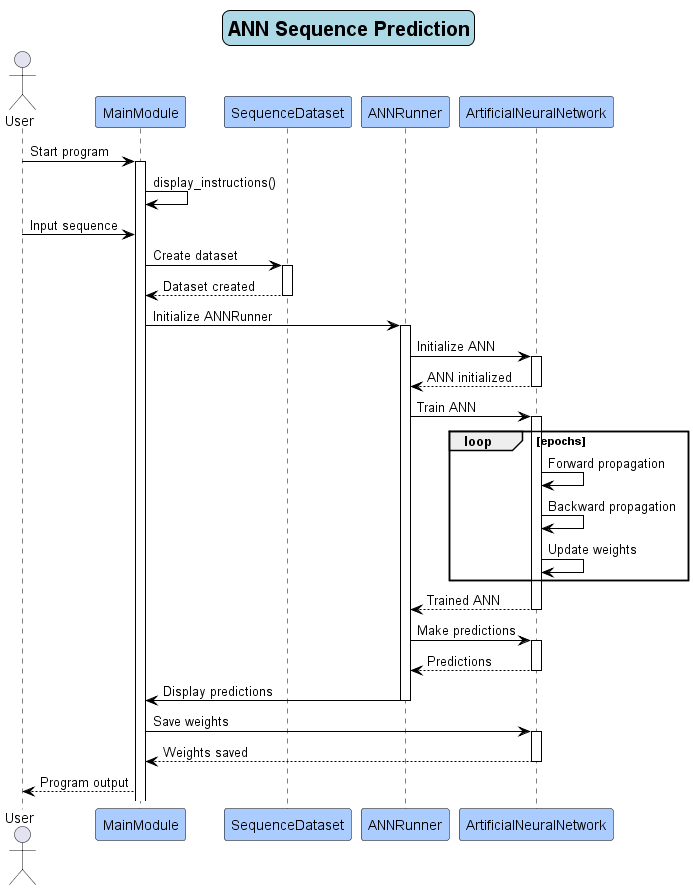
Above: uml/output/sequence/sequence.png in sminerport/sequence-prediction-ann (PlantUML), before the change.
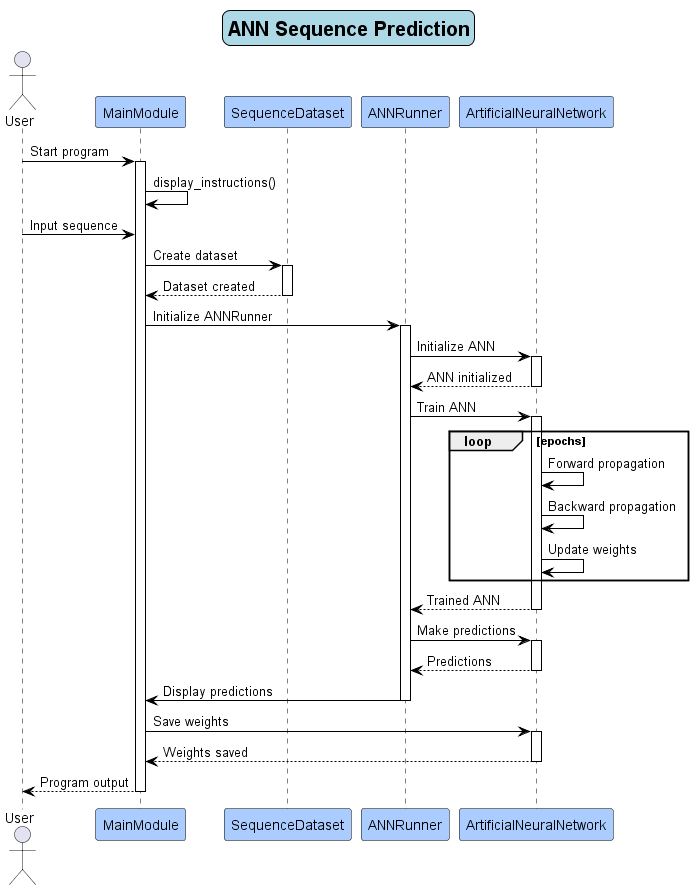
After the change.

Commit message:
small update to sequence diagram

What changed in the source:
```diff
@@ -68,5 +68,6 @@
 deactivate ANN
 
 User <-- MM : Program output
+deactivate MM
 
 @enduml
```
